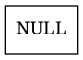
Earlier version of the Graphviz export FASE 1 (lo restaurado)/AutoGestPro/Reports/top5.png (eric-rojas/-EDD-1S2025_202200331). Its source is kept beside it as FASE 1 (lo restaurado)/AutoGestPro/Reports/top5.dot. The source it was exported from:
```dot
digraph G {
    node [shape=record];
    NULL [label = "{NULL}"];
}
```
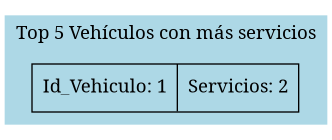
Later version of the same file.

The edit, as a diff of the source:
```diff
@@ -1,4 +1,10 @@
 digraph G {
+    rankdir=LR;
     node [shape=record];
-    NULL [label = "{NULL}"];
+    subgraph cluster_0 {
+        label = "Top 5 Vehículos con más servicios";
+        style=filled;
+        color=lightblue;
+        node1 [label="{{Id_Vehiculo: 1}|{Servicios: 2}}"];
+    }
 }
```
